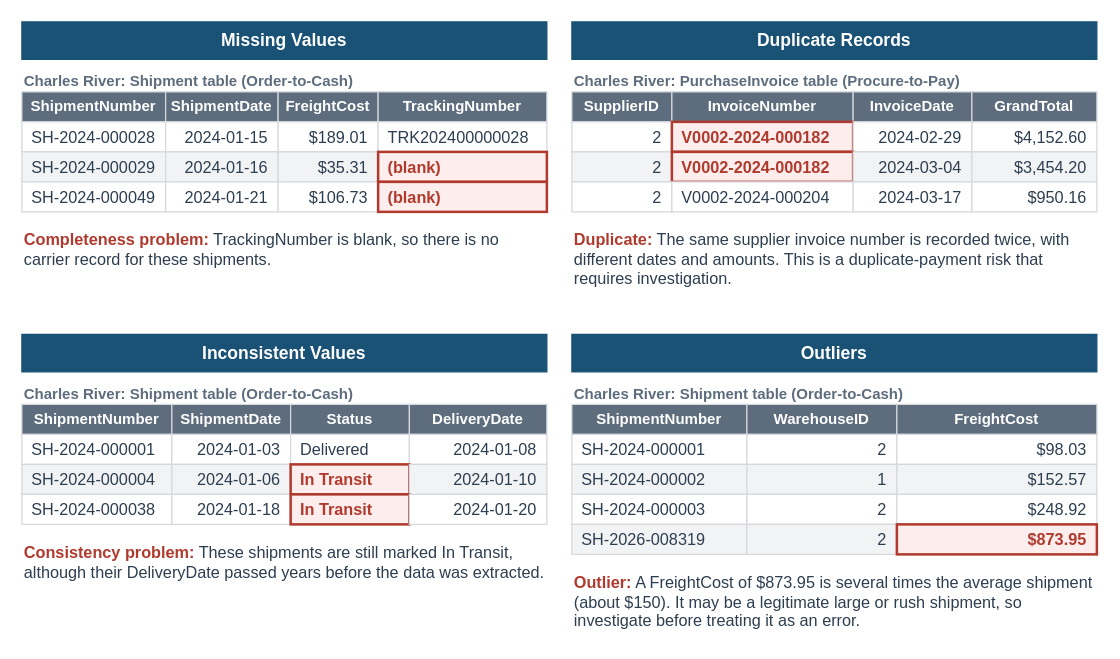
mmcodesso/Accounting_Analytics_Book keeps this draw.io diagram as visuals/src/fig-02-03-data-quality-problems.drawio. Above is the earlier version. Source tidied: cells renumbered, new cells numbered last; positions are measured from the earlier drawing's top-left corner, leaving out a move shared by most shapes. Both pictures are drawn from the tidied source at 125%, with x=0, y=0 at pixel (21, 21).
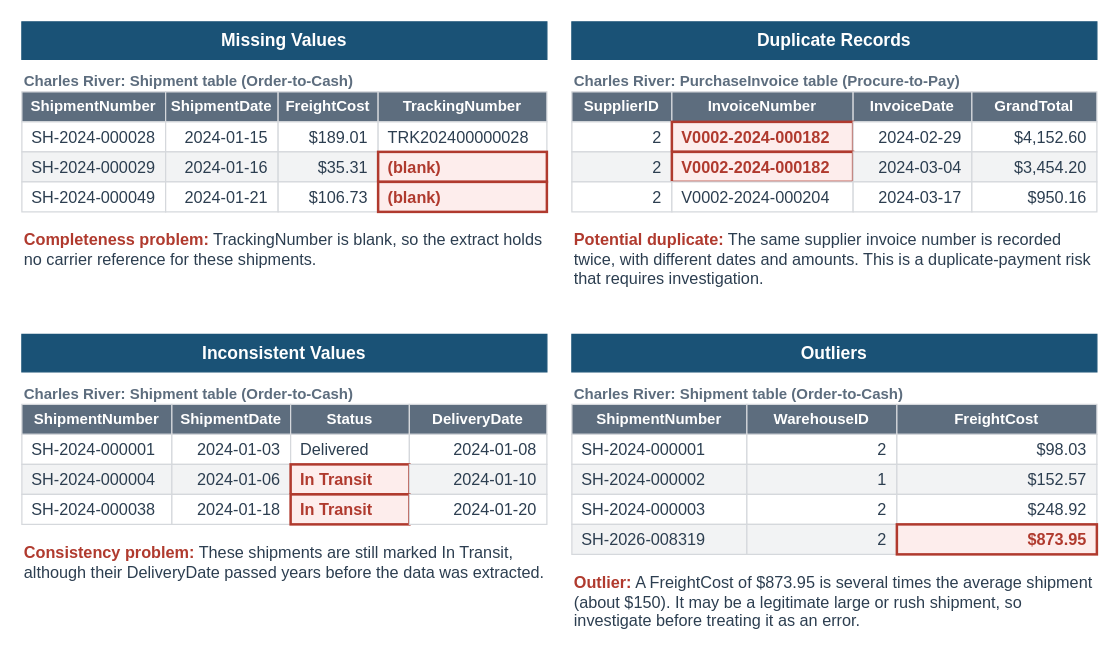
The same page after the edit.

Change to the diagram source:
```diff
@@
-    <mxCell id="21" value="&lt;b&gt;&lt;font color=&quot;#B03A2E&quot;&gt;Completeness problem:&lt;/font&gt;&lt;/b&gt; TrackingNumber is blank, so there is no carrier record for these shipments." style="text;html=1;whiteSpace=wrap;align=left;verticalAlign=top;fontSize=13;fontColor=#2C3E50;fontStyle=0;fontFamily=Helvetica;spacing=2;fillColor=none;strokeColor=none;" parent="1" vertex="1">
+    <mxCell id="21" value="&lt;b&gt;&lt;font color=&quot;#B03A2E&quot;&gt;Completeness problem:&lt;/font&gt;&lt;/b&gt; TrackingNumber is blank, so the extract holds no carrier reference for these shipments." style="text;html=1;whiteSpace=wrap;align=left;verticalAlign=top;fontSize=13;fontColor=#2C3E50;fontStyle=0;fontFamily=Helvetica;spacing=2;fillColor=none;strokeColor=none;" parent="1" vertex="1">
       <mxGeometry y="160" width="420" height="56" as="geometry" />
     </mxCell>
@@
-    <mxCell id="40" value="&lt;b&gt;&lt;font color=&quot;#B03A2E&quot;&gt;Duplicate:&lt;/font&gt;&lt;/b&gt; The same supplier invoice number is recorded twice, with different dates and amounts. This is a duplicate-payment risk that requires investigation." style="text;html=1;whiteSpace=wrap;align=left;verticalAlign=top;fontSize=13;fontColor=#2C3E50;fontStyle=0;fontFamily=Helvetica;spacing=2;fillColor=none;strokeColor=none;" parent="1" vertex="1">
+    <mxCell id="40" value="&lt;b&gt;&lt;font color=&quot;#B03A2E&quot;&gt;Potential duplicate:&lt;/font&gt;&lt;/b&gt; The same supplier invoice number is recorded twice, with different dates and amounts. This is a duplicate-payment risk that requires investigation." style="text;html=1;whiteSpace=wrap;align=left;verticalAlign=top;fontSize=13;fontColor=#2C3E50;fontStyle=0;fontFamily=Helvetica;spacing=2;fillColor=none;strokeColor=none;" parent="1" vertex="1">
       <mxGeometry x="440" y="160" width="420" height="56" as="geometry" />
     </mxCell>
```
